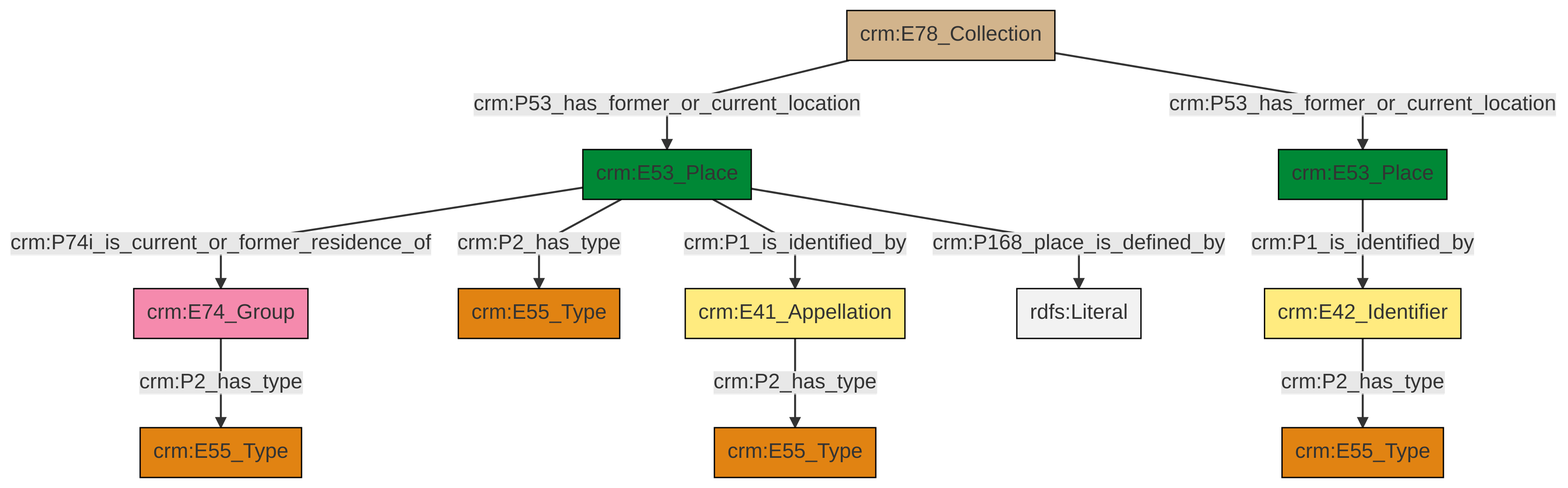
This is et/archivalCSV/ttl/mmd/png/archival_location.png from swiss-art-research-net/docs.swissartresearch, a Mermaid export, as it was before one commit. Its source is kept beside it as et/archivalCSV/ttl/mmd/archival_location.ttl.mmd. Its diagram source:
```mermaid
graph TD
classDef Literal fill:#f2f2f2,stroke:#000000;
classDef CRM_Entity fill:#FFFFFF,stroke:#000000;
classDef Temporal_Entity fill:#00C9E6, stroke:#000000;
classDef Type fill:#E18312, stroke:#000000;
classDef Time-Span fill:#2C9C91, stroke:#000000;
classDef Appellation fill:#FFEB7F, stroke:#000000;
classDef Place fill:#008836, stroke:#000000;
classDef Persistent_Item fill:#B266B2, stroke:#000000;
classDef Conceptual_Object fill:#FFD700, stroke:#000000;
classDef Physical_Thing fill:#D2B48C, stroke:#000000;
classDef Actor fill:#f58aad, stroke:#000000;
classDef PC_Classes fill:#4ce600, stroke:#000000;
classDef Multi fill:#cccccc,stroke:#000000;

0["crm:E53_Place"]:::Place -->|crm:P74i_is_current_or_former_residence_of| 1["crm:E74_Group"]:::Actor
2["crm:E42_Identifier"]:::Appellation -->|crm:P2_has_type| 3["crm:E55_Type"]:::Type
1["crm:E74_Group"]:::Actor -->|crm:P2_has_type| 5["crm:E55_Type"]:::Type
17["crm:E78_Collection"]:::Physical_Thing -->|crm:P53_has_former_or_current_location| 0["crm:E53_Place"]:::Place
0["crm:E53_Place"]:::Place -->|crm:P2_has_type| 13["crm:E55_Type"]:::Type
7["crm:E53_Place"]:::Place -->|crm:P1_is_identified_by| 2["crm:E42_Identifier"]:::Appellation
0["crm:E53_Place"]:::Place -->|crm:P1_is_identified_by| 18["crm:E41_Appellation"]:::Appellation
0["crm:E53_Place"]:::Place -->|crm:P168_place_is_defined_by| 20[rdfs:Literal]:::Literal
18["crm:E41_Appellation"]:::Appellation -->|crm:P2_has_type| 10["crm:E55_Type"]:::Type
17["crm:E78_Collection"]:::Physical_Thing -->|crm:P53_has_former_or_current_location| 7["crm:E53_Place"]:::Place
```
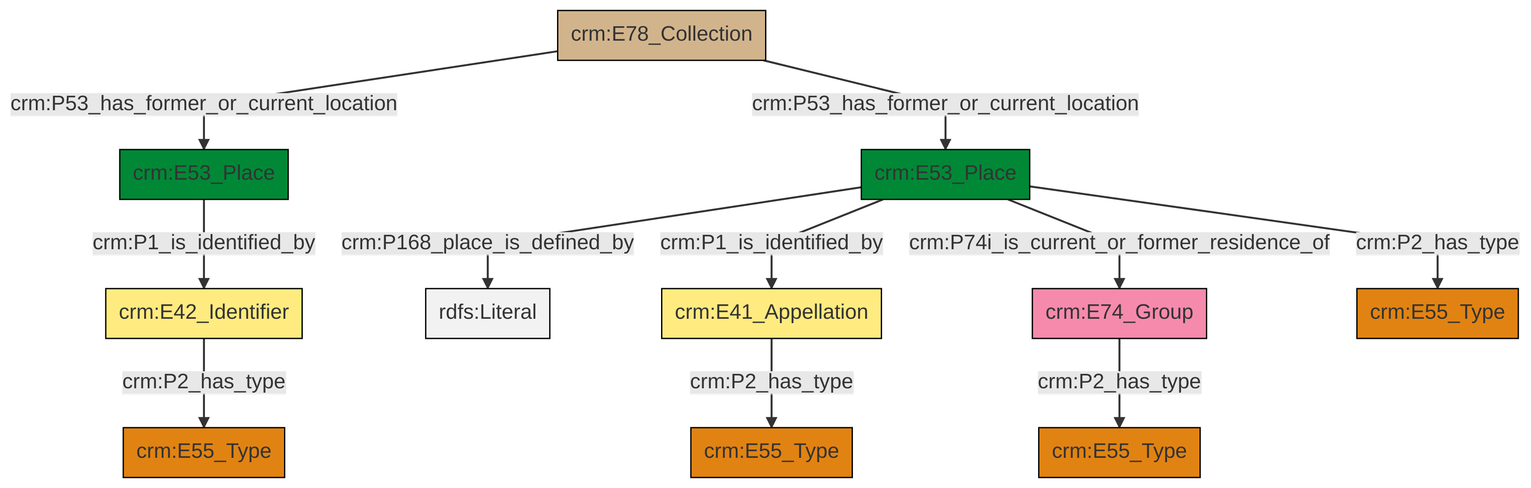
Later version of the same file.

What changed in the source:
```diff
@@ -13,13 +13,13 @@
 classDef PC_Classes fill:#4ce600, stroke:#000000;
 classDef Multi fill:#cccccc,stroke:#000000;
 
-0["crm:E53_Place"]:::Place -->|crm:P74i_is_current_or_former_residence_of| 1["crm:E74_Group"]:::Actor
-2["crm:E42_Identifier"]:::Appellation -->|crm:P2_has_type| 3["crm:E55_Type"]:::Type
-1["crm:E74_Group"]:::Actor -->|crm:P2_has_type| 5["crm:E55_Type"]:::Type
-17["crm:E78_Collection"]:::Physical_Thing -->|crm:P53_has_former_or_current_location| 0["crm:E53_Place"]:::Place
-0["crm:E53_Place"]:::Place -->|crm:P2_has_type| 13["crm:E55_Type"]:::Type
-7["crm:E53_Place"]:::Place -->|crm:P1_is_identified_by| 2["crm:E42_Identifier"]:::Appellation
-0["crm:E53_Place"]:::Place -->|crm:P1_is_identified_by| 18["crm:E41_Appellation"]:::Appellation
-0["crm:E53_Place"]:::Place -->|crm:P168_place_is_defined_by| 20[rdfs:Literal]:::Literal
-18["crm:E41_Appellation"]:::Appellation -->|crm:P2_has_type| 10["crm:E55_Type"]:::Type
-17["crm:E78_Collection"]:::Physical_Thing -->|crm:P53_has_former_or_current_location| 7["crm:E53_Place"]:::Place
+3["crm:E53_Place"]:::Place -->|crm:P168_place_is_defined_by| 4[rdfs:Literal]:::Literal
+3["crm:E53_Place"]:::Place -->|crm:P1_is_identified_by| 11["crm:E41_Appellation"]:::Appellation
+3["crm:E53_Place"]:::Place -->|crm:P74i_is_current_or_former_residence_of| 18["crm:E74_Group"]:::Actor
+5["crm:E78_Collection"]:::Physical_Thing -->|crm:P53_has_former_or_current_location| 19["crm:E53_Place"]:::Place
+18["crm:E74_Group"]:::Actor -->|crm:P2_has_type| 9["crm:E55_Type"]:::Type
+19["crm:E53_Place"]:::Place -->|crm:P1_is_identified_by| 13["crm:E42_Identifier"]:::Appellation
+13["crm:E42_Identifier"]:::Appellation -->|crm:P2_has_type| 15["crm:E55_Type"]:::Type
+11["crm:E41_Appellation"]:::Appellation -->|crm:P2_has_type| 7["crm:E55_Type"]:::Type
+3["crm:E53_Place"]:::Place -->|crm:P2_has_type| 0["crm:E55_Type"]:::Type
+5["crm:E78_Collection"]:::Physical_Thing -->|crm:P53_has_former_or_current_location| 3["crm:E53_Place"]:::Place
```
